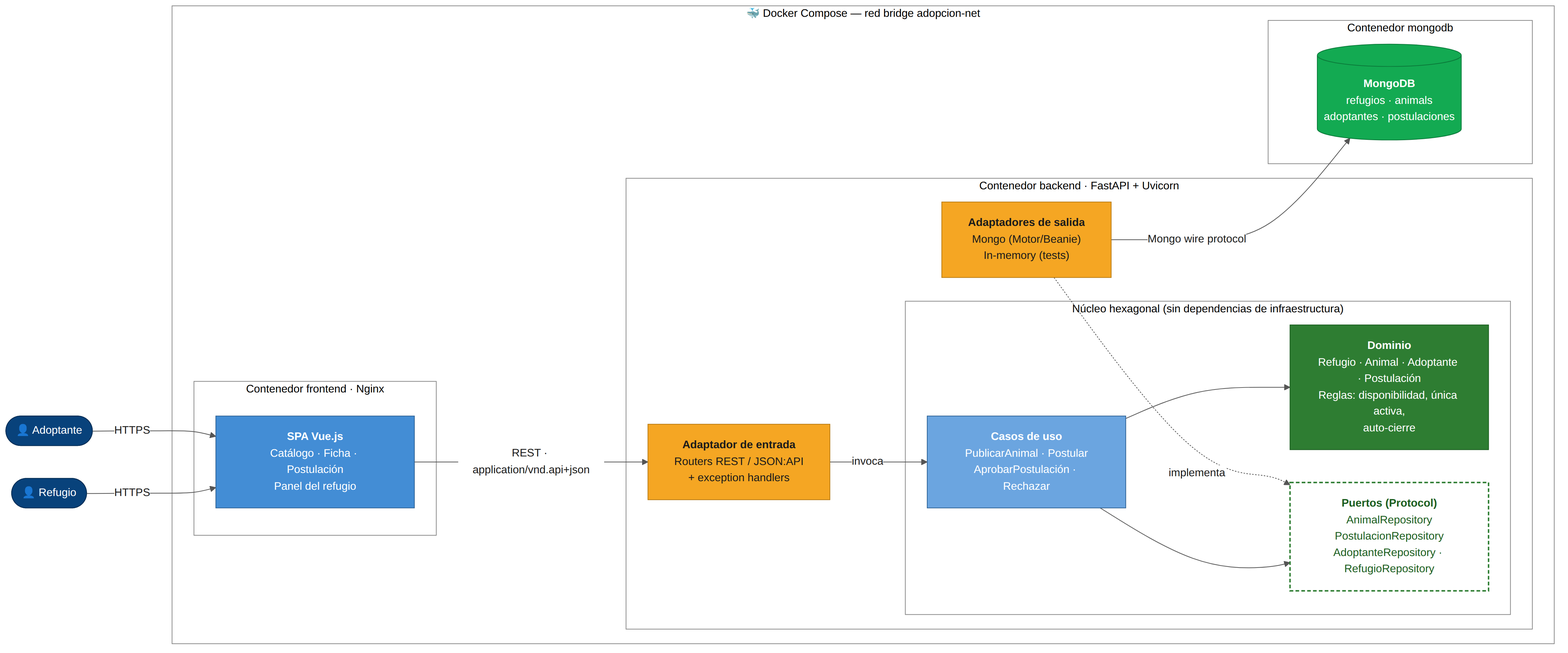
The Mermaid diagram docs/diagramas/01-hld.png in tomoxpy16/Taller-Stack-Tecnologico, before a commit. Its source is kept beside it as docs/diagramas/fuente/01-hld.mmd.
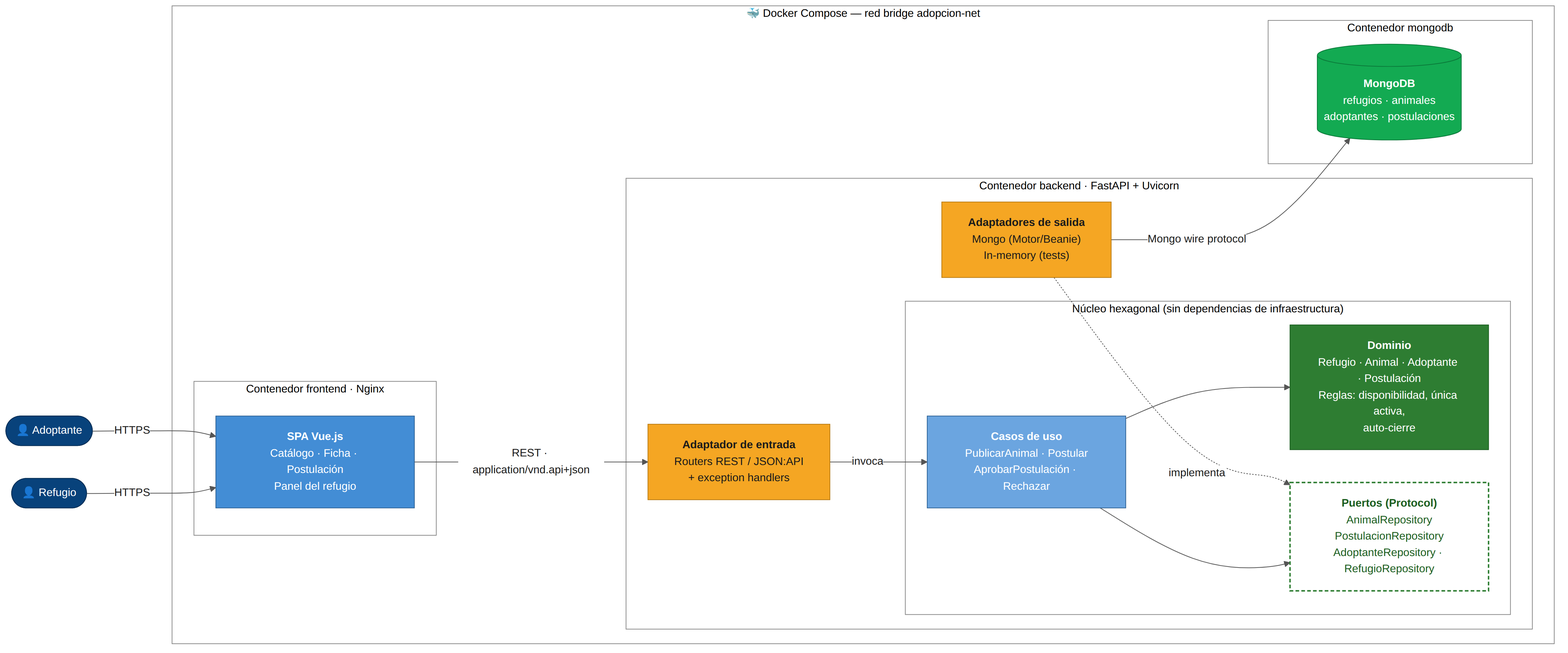
Above is the later version.

The edit, as a diff of the source:
```diff
@@ -34,7 +34,7 @@
     end
 
     subgraph DB["Contenedor mongodb"]
-      M[("<b>MongoDB</b><br/>refugios · animals<br/>adoptantes · postulaciones")]:::db
+      M[("<b>MongoDB</b><br/>refugios · animales<br/>adoptantes · postulaciones")]:::db
     end
   end
 
```
